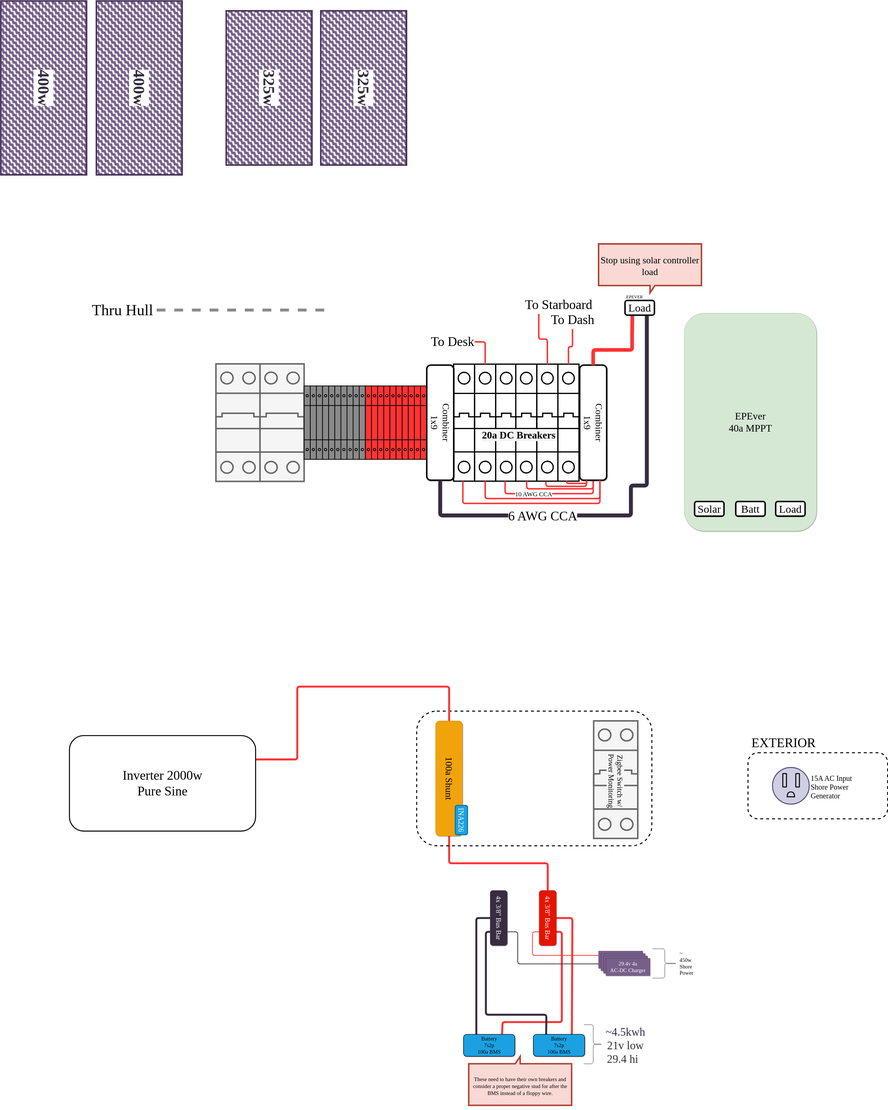
This is gary-bussy-electrical.drawio.svg from clomads/gary-bussy, a draw.io export, as it was before one commit. Source tidied: cells renumbered, new cells last; positions are measured from the earlier drawing's top-left corner, leaving out a move shared by most shapes.
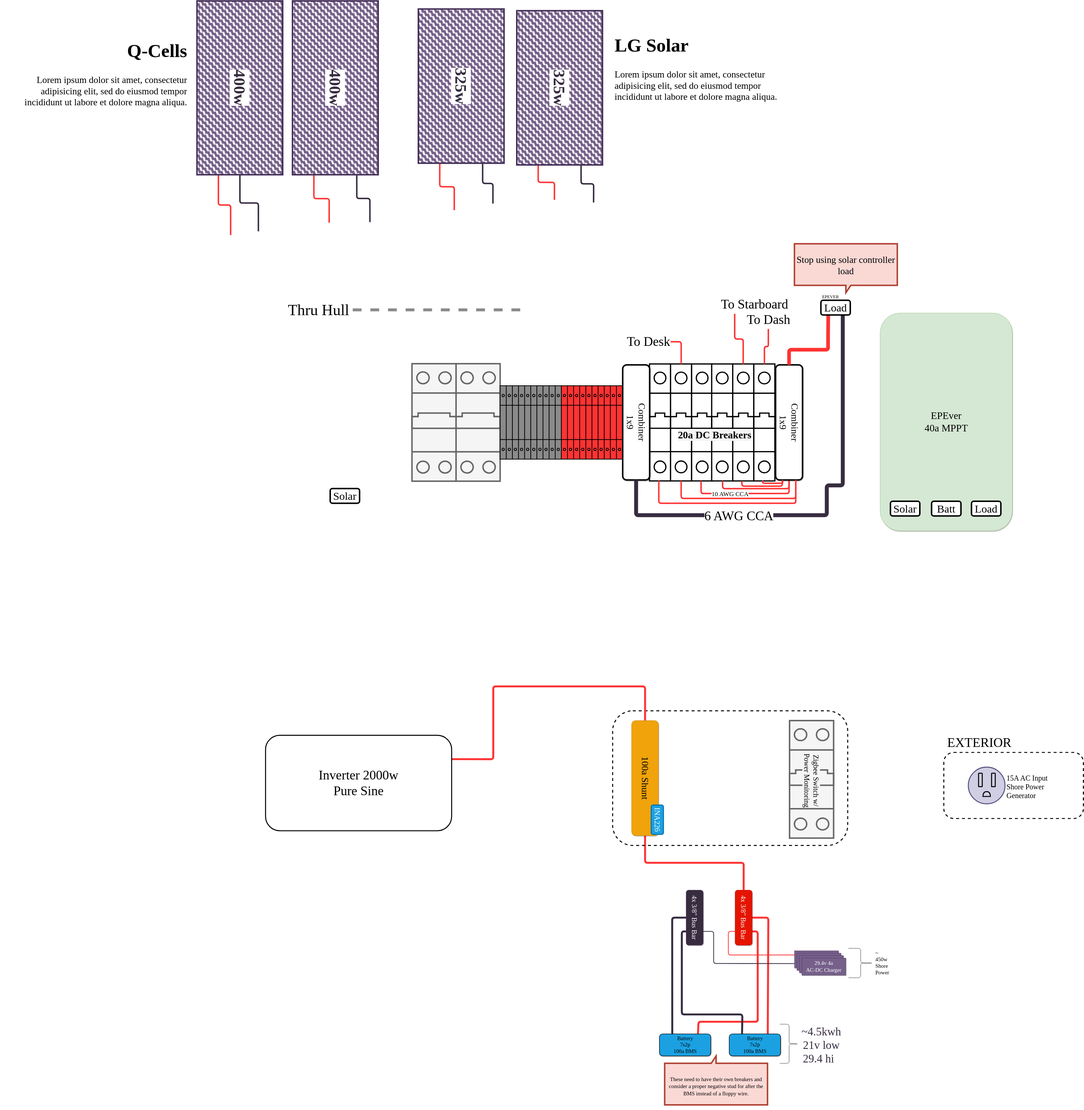
The same file after the commit.

Commit message:
More Solar side and labeling stuff

The edit, as a diff of the source:
```diff
@@ -261,15 +261,55 @@
         </Array>
       </mxGeometry>
     </mxCell>
+    <mxCell id="85" style="edgeStyle=orthogonalEdgeStyle;shape=connector;rounded=1;jettySize=auto;html=1;exitX=1;exitY=0.75;exitDx=0;exitDy=0;labelBackgroundColor=default;strokeColor=#FF3333;strokeWidth=6;fontFamily=League Spartan;fontSource=https%3A%2F%2Ffonts.googleapis.com%2Fcss%3Ffamily%3DLeague%2BSpartan;fontSize=38;fontColor=default;endArrow=none;endFill=0;" parent="1" edge="1" source="64">
+      <mxGeometry relative="1" as="geometry">
+        <mxPoint x="719.7" y="725.7" as="targetPoint" />
+      </mxGeometry>
+    </mxCell>
+    <mxCell id="86" style="edgeStyle=orthogonalEdgeStyle;shape=connector;rounded=1;jettySize=auto;html=1;exitX=1;exitY=0.25;exitDx=0;exitDy=0;labelBackgroundColor=default;strokeColor=#372C40;strokeWidth=6;fontFamily=League Spartan;fontSource=https%3A%2F%2Ffonts.googleapis.com%2Fcss%3Ffamily%3DLeague%2BSpartan;fontSize=38;fontColor=default;endArrow=none;endFill=0;" parent="1" edge="1" source="64">
+      <mxGeometry relative="1" as="geometry">
+        <mxPoint x="886.3" y="723.4" as="targetPoint" />
+      </mxGeometry>
+    </mxCell>
     <mxCell id="64" value="&lt;font color=&quot;#372c40&quot; style=&quot;font-size: 67px;&quot;&gt;&lt;span style=&quot;font-size: 67px;&quot;&gt;400w&lt;/span&gt;&lt;/font&gt;" style="rounded=0;whiteSpace=wrap;html=1;shadow=0;sketch=0;strokeColor=#432D57;strokeWidth=6;fontFamily=League Spartan;fontSource=https%3A%2F%2Ffonts.googleapis.com%2Fcss%3Ffamily%3DLeague%2BSpartan;fontSize=67;fillColor=#76608a;fillStyle=zigzag-line;fontColor=#ffffff;horizontal=1;textDirection=rtl;rotation=90;fontStyle=1;labelBackgroundColor=default;spacing=4;spacingTop=0;" parent="1" vertex="1">
       <mxGeometry x="390" width="710" height="350" as="geometry" />
     </mxCell>
+    <mxCell id="87" style="edgeStyle=orthogonalEdgeStyle;shape=connector;rounded=1;jettySize=auto;html=1;labelBackgroundColor=default;strokeColor=#372C40;strokeWidth=6;fontFamily=League Spartan;fontSource=https%3A%2F%2Ffonts.googleapis.com%2Fcss%3Ffamily%3DLeague%2BSpartan;fontSize=38;fontColor=default;endArrow=none;endFill=0;" parent="1" edge="1" source="65">
+      <mxGeometry relative="1" as="geometry">
+        <mxPoint x="430.8" y="761.2" as="targetPoint" />
+      </mxGeometry>
+    </mxCell>
+    <mxCell id="88" style="edgeStyle=orthogonalEdgeStyle;shape=connector;rounded=1;jettySize=auto;html=1;exitX=1;exitY=0.75;exitDx=0;exitDy=0;labelBackgroundColor=default;strokeColor=#FF3333;strokeWidth=6;fontFamily=League Spartan;fontSource=https%3A%2F%2Ffonts.googleapis.com%2Fcss%3Ffamily%3DLeague%2BSpartan;fontSize=38;fontColor=default;endArrow=none;endFill=0;" parent="1" edge="1" source="65">
+      <mxGeometry relative="1" as="geometry">
+        <mxPoint x="317.4" y="776.8" as="targetPoint" />
+      </mxGeometry>
+    </mxCell>
     <mxCell id="65" value="&lt;font color=&quot;#372c40&quot; style=&quot;font-size: 67px;&quot;&gt;&lt;span style=&quot;font-size: 67px;&quot;&gt;400w&lt;/span&gt;&lt;/font&gt;" style="rounded=0;whiteSpace=wrap;html=1;shadow=0;sketch=0;strokeColor=#432D57;strokeWidth=6;fontFamily=League Spartan;fontSource=https%3A%2F%2Ffonts.googleapis.com%2Fcss%3Ffamily%3DLeague%2BSpartan;fontSize=67;fillColor=#76608a;fillStyle=zigzag-line;fontColor=#ffffff;horizontal=1;textDirection=rtl;rotation=90;fontStyle=1;labelBackgroundColor=default;spacing=4;spacingTop=0;" parent="1" vertex="1">
       <mxGeometry width="710" height="350" as="geometry" />
     </mxCell>
+    <mxCell id="89" style="edgeStyle=orthogonalEdgeStyle;shape=connector;rounded=1;jettySize=auto;html=1;exitX=1;exitY=0.75;exitDx=0;exitDy=0;labelBackgroundColor=default;strokeColor=#FF3333;strokeWidth=6;fontFamily=League Spartan;fontSource=https%3A%2F%2Ffonts.googleapis.com%2Fcss%3Ffamily%3DLeague%2BSpartan;fontSize=38;fontColor=default;endArrow=none;endFill=0;" parent="1" edge="1" source="66">
+      <mxGeometry relative="1" as="geometry">
+        <mxPoint x="1230.8" y="674.6" as="targetPoint" />
+      </mxGeometry>
+    </mxCell>
+    <mxCell id="90" style="edgeStyle=orthogonalEdgeStyle;shape=connector;rounded=1;jettySize=auto;html=1;exitX=1;exitY=0.25;exitDx=0;exitDy=0;labelBackgroundColor=default;strokeColor=#372C40;strokeWidth=6;fontFamily=League Spartan;fontSource=https%3A%2F%2Ffonts.googleapis.com%2Fcss%3Ffamily%3DLeague%2BSpartan;fontSize=38;fontColor=default;endArrow=none;endFill=0;" parent="1" edge="1" source="66">
+      <mxGeometry relative="1" as="geometry">
+        <mxPoint x="1388.6" y="647.9" as="targetPoint" />
+      </mxGeometry>
+    </mxCell>
     <mxCell id="66" value="&lt;font color=&quot;#372c40&quot; style=&quot;font-size: 67px;&quot;&gt;&lt;span style=&quot;font-size: 67px;&quot;&gt;325w&lt;br style=&quot;font-size: 67px;&quot;&gt;&lt;/span&gt;&lt;/font&gt;" style="rounded=0;whiteSpace=wrap;html=1;shadow=0;sketch=0;strokeColor=#432D57;strokeWidth=6;fontFamily=League Spartan;fontSource=https%3A%2F%2Ffonts.googleapis.com%2Fcss%3Ffamily%3DLeague%2BSpartan;fontSize=67;fillColor=#76608a;fillStyle=zigzag-line;fontColor=#ffffff;horizontal=1;textDirection=rtl;rotation=90;fontStyle=1;labelBackgroundColor=default;spacing=4;spacingTop=0;" parent="1" vertex="1">
-      <mxGeometry x="960" width="630" height="350" as="geometry" />
+      <mxGeometry x="944" y="-7" width="630" height="350" as="geometry" />
     </mxCell>
+    <mxCell id="91" style="edgeStyle=orthogonalEdgeStyle;shape=connector;rounded=1;jettySize=auto;html=1;exitX=1;exitY=0.75;exitDx=0;exitDy=0;labelBackgroundColor=default;strokeColor=#FF3333;strokeWidth=6;fontFamily=League Spartan;fontSource=https%3A%2F%2Ffonts.googleapis.com%2Fcss%3Ffamily%3DLeague%2BSpartan;fontSize=38;fontColor=default;endArrow=none;endFill=0;" parent="1" edge="1" source="67">
+      <mxGeometry relative="1" as="geometry">
+        <mxPoint x="1639.7" y="632.3" as="targetPoint" />
+      </mxGeometry>
+    </mxCell>
+    <mxCell id="92" style="edgeStyle=orthogonalEdgeStyle;shape=connector;rounded=1;jettySize=auto;html=1;exitX=1;exitY=0.25;exitDx=0;exitDy=0;labelBackgroundColor=default;strokeColor=#372C40;strokeWidth=6;fontFamily=League Spartan;fontSource=https%3A%2F%2Ffonts.googleapis.com%2Fcss%3Ffamily%3DLeague%2BSpartan;fontSize=38;fontColor=default;endArrow=none;endFill=0;" parent="1" edge="1" source="67">
+      <mxGeometry relative="1" as="geometry">
+        <mxPoint x="1799.7" y="643.4" as="targetPoint" />
+      </mxGeometry>
+    </mxCell>
     <mxCell id="67" value="&lt;font color=&quot;#372c40&quot; style=&quot;font-size: 67px;&quot;&gt;&lt;span style=&quot;font-size: 67px;&quot;&gt;325w&lt;br style=&quot;font-size: 67px;&quot;&gt;&lt;/span&gt;&lt;/font&gt;" style="rounded=0;whiteSpace=wrap;html=1;shadow=0;sketch=0;strokeColor=#432D57;strokeWidth=6;fontFamily=League Spartan;fontSource=https%3A%2F%2Ffonts.googleapis.com%2Fcss%3Ffamily%3DLeague%2BSpartan;fontSize=67;fillColor=#76608a;fillStyle=zigzag-line;fontColor=#ffffff;horizontal=1;textDirection=rtl;rotation=90;fontStyle=1;labelBackgroundColor=default;spacing=4;spacingTop=0;" parent="1" vertex="1">
       <mxGeometry x="1346" width="630" height="350" as="geometry" />
     </mxCell>
@@ -344,5 +384,14 @@
     <mxCell id="84" value="&lt;p style=&quot;line-height: 55%;&quot;&gt;&lt;span style=&quot;color: rgb(0, 0, 0);&quot;&gt;&lt;font style=&quot;font-size: 38px;&quot;&gt;Stop using solar controller load&lt;/font&gt;&lt;/span&gt;&lt;/p&gt;" style="shape=callout;whiteSpace=wrap;html=1;perimeter=calloutPerimeter;shadow=0;labelBackgroundColor=none;sketch=0;fillStyle=auto;strokeColor=#ae4132;strokeWidth=6;fontFamily=League Spartan;fontSource=https%3A%2F%2Ffonts.googleapis.com%2Fcss%3Ffamily%3DLeague%2BSpartan;fontSize=67;fillColor=#fad9d5;direction=east;" parent="1" vertex="1">
       <mxGeometry x="2620" y="812" width="420" height="200" as="geometry" />
     </mxCell>
+    <mxCell id="93" value="Solar" style="rounded=1;whiteSpace=wrap;html=1;shadow=0;labelBackgroundColor=none;sketch=0;fillStyle=auto;strokeColor=default;strokeWidth=6;fontFamily=League Spartan;fontSource=https%3A%2F%2Ffonts.googleapis.com%2Fcss%3Ffamily%3DLeague%2BSpartan;fontSize=45;fontColor=default;fillColor=default;" parent="1" vertex="1">
+      <mxGeometry x="724" y="1812" width="120" height="60" as="geometry" />
+    </mxCell>
+    <mxCell id="94" value="&lt;h1&gt;LG Solar&lt;/h1&gt;&lt;p&gt;Lorem ipsum dolor sit amet, consectetur adipisicing elit, sed do eiusmod tempor incididunt ut labore et dolore magna aliqua.&lt;/p&gt;" style="text;html=1;strokeColor=none;fillColor=none;spacing=5;spacingTop=-20;whiteSpace=wrap;overflow=hidden;rounded=0;shadow=0;labelBackgroundColor=none;sketch=0;fillStyle=auto;strokeWidth=6;fontFamily=League Spartan;fontSource=https%3A%2F%2Ffonts.googleapis.com%2Fcss%3Ffamily%3DLeague%2BSpartan;fontSize=38;fontColor=default;" parent="1" vertex="1">
+      <mxGeometry x="1881" y="-84" width="766" height="488" as="geometry" />
+    </mxCell>
+    <mxCell id="95" value="&lt;h1&gt;Q-Cells&lt;/h1&gt;&lt;p&gt;Lorem ipsum dolor sit amet, consectetur adipisicing elit, sed do eiusmod tempor incididunt ut labore et dolore magna aliqua.&lt;/p&gt;" style="text;html=1;strokeColor=none;fillColor=none;spacing=5;spacingTop=-20;whiteSpace=wrap;overflow=hidden;rounded=0;shadow=0;labelBackgroundColor=none;sketch=0;fillStyle=auto;strokeWidth=6;fontFamily=League Spartan;fontSource=https%3A%2F%2Ffonts.googleapis.com%2Fcss%3Ffamily%3DLeague%2BSpartan;fontSize=38;fontColor=default;align=right;" parent="1" vertex="1">
+      <mxGeometry x="-621" y="-62" width="766" height="488" as="geometry" />
+    </mxCell>
   </root>
 </mxGraphModel>
```
